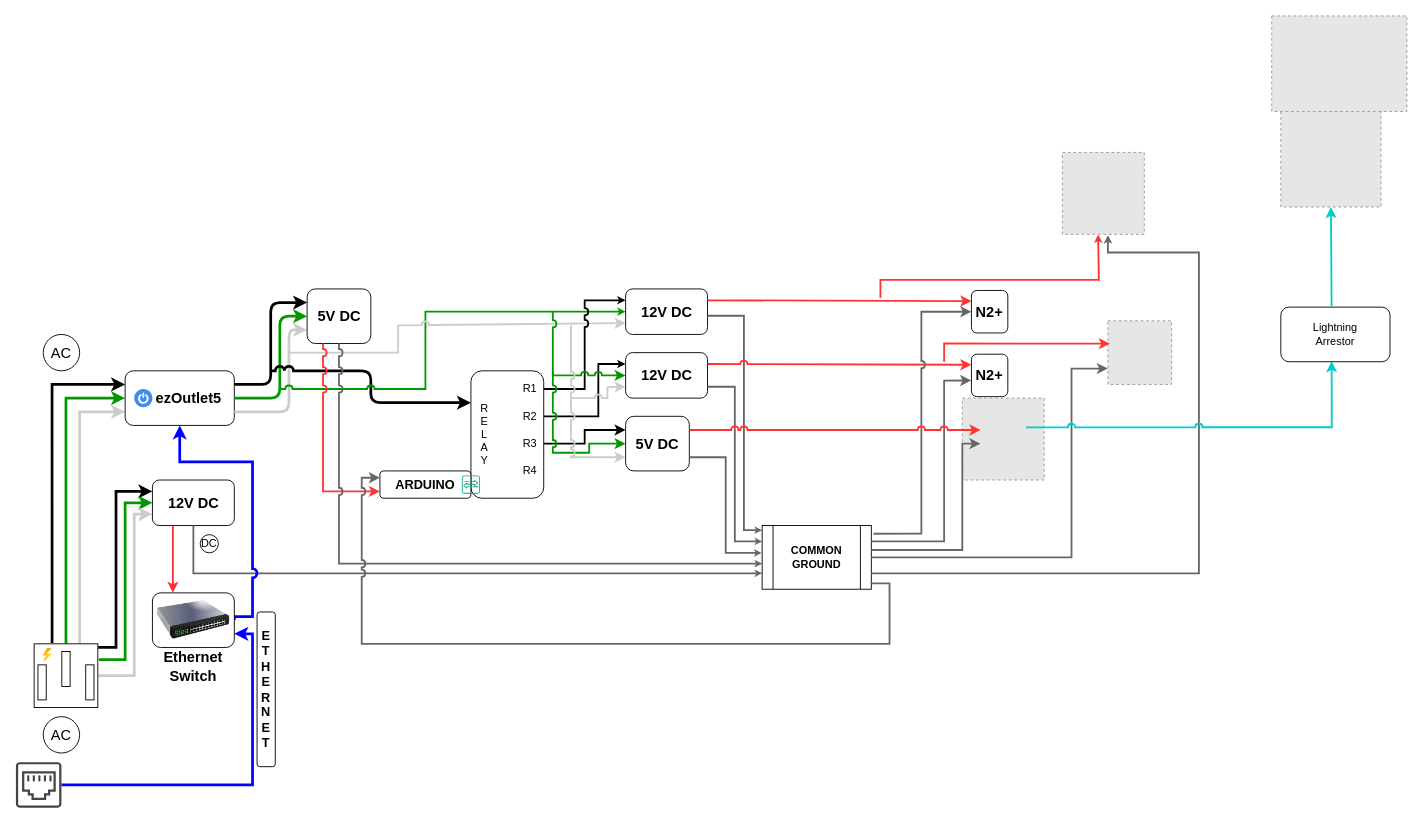
The draw.io diagram res/canopyPowerDiagram.drawio in mi3nts/canopy, before the edit. Source tidied: cells renumbered, new cells numbered last; positions are measured from the earlier drawing's top-left corner, leaving out a move shared by most shapes. Both pictures are drawn from the tidied source at 91%, with x=0, y=0 at pixel (15, 15). Pictures stored in the file or linked from it are replaced by grey dashed boxes.
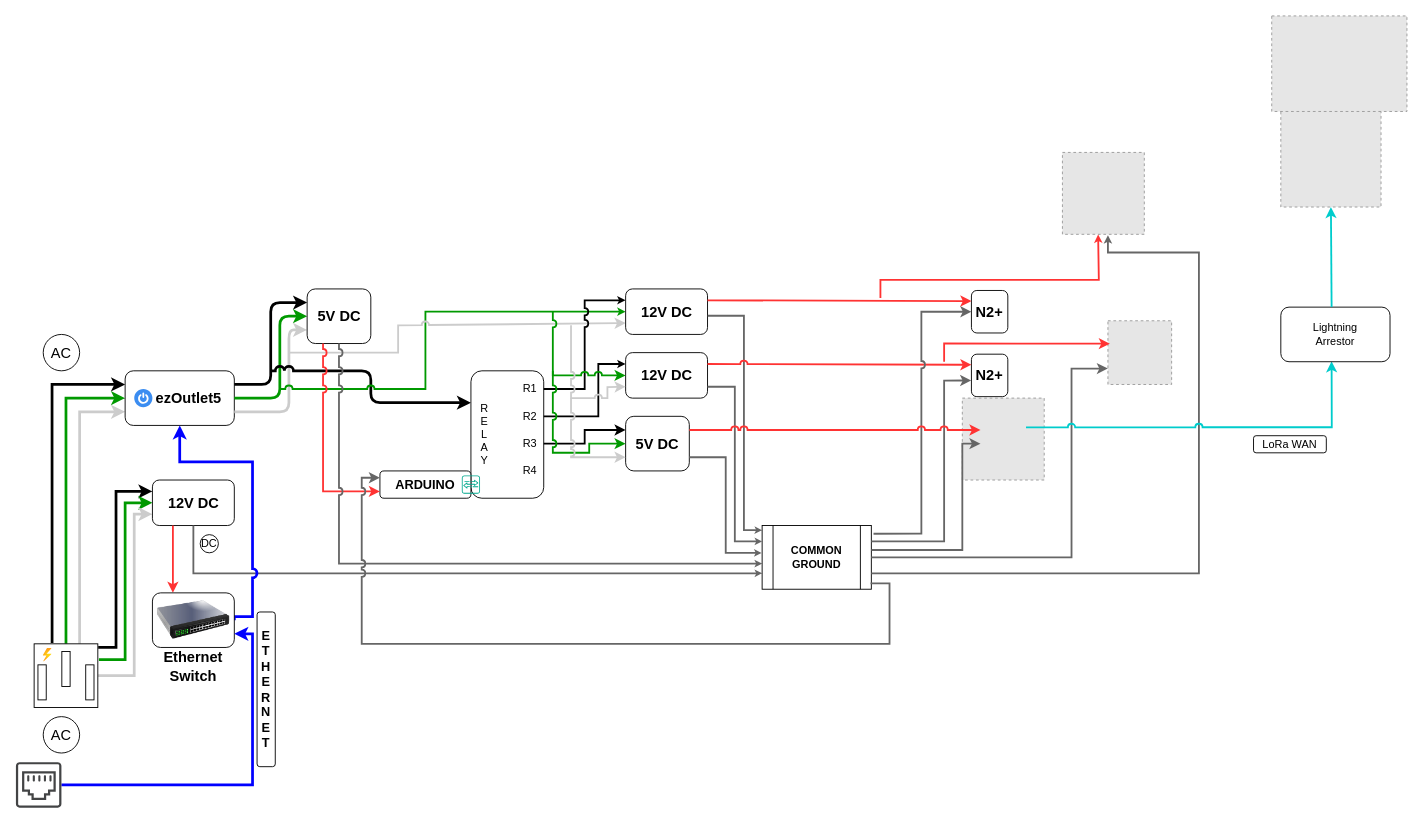
The same diagram, later.

Diff of the diagram source:
```diff
@@
+    <mxCell id="114" style="group;" parent="1" vertex="1">
+      <mxGeometry x="1360" y="462.5" width="80" height="32.5" as="geometry" />
+    </mxCell>
+    <mxCell id="115" value="LoRa WAN" style="text;html=1;align=center;verticalAlign=middle;whiteSpace=wrap;rounded=0;" parent="114" vertex="1">
+      <mxGeometry x="5" width="70" height="17.5" as="geometry" />
+    </mxCell>
+    <mxCell id="116" style="rounded=1;whiteSpace=wrap;html=1;fillColor=none;" parent="114" vertex="1">
+      <mxGeometry y="-1.2" width="80" height="18.8" as="geometry" />
+    </mxCell>
```
